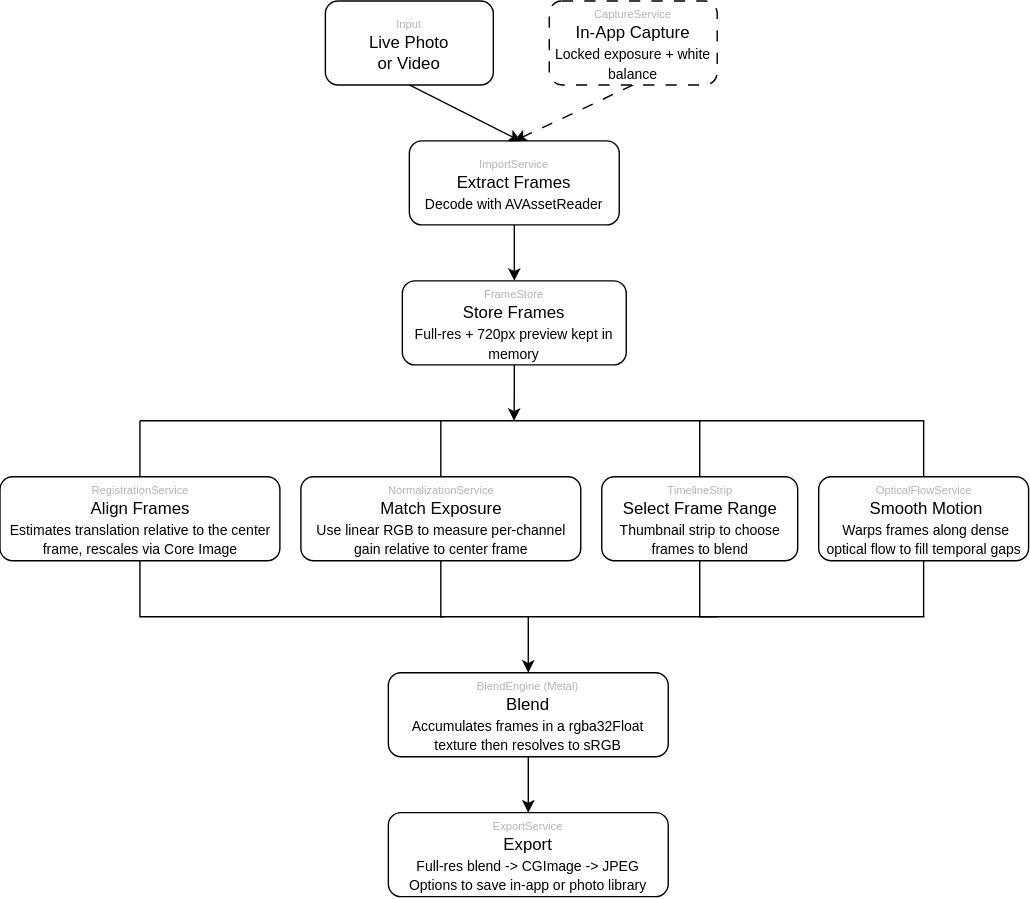
The draw.io diagram long-exposures/docs/pipeline.svg in jameshou28/long-exposures, before a commit. Source tidied: cells renumbered, new cells last; positions are measured from the earlier drawing's top-left corner, leaving out a move shared by most shapes.
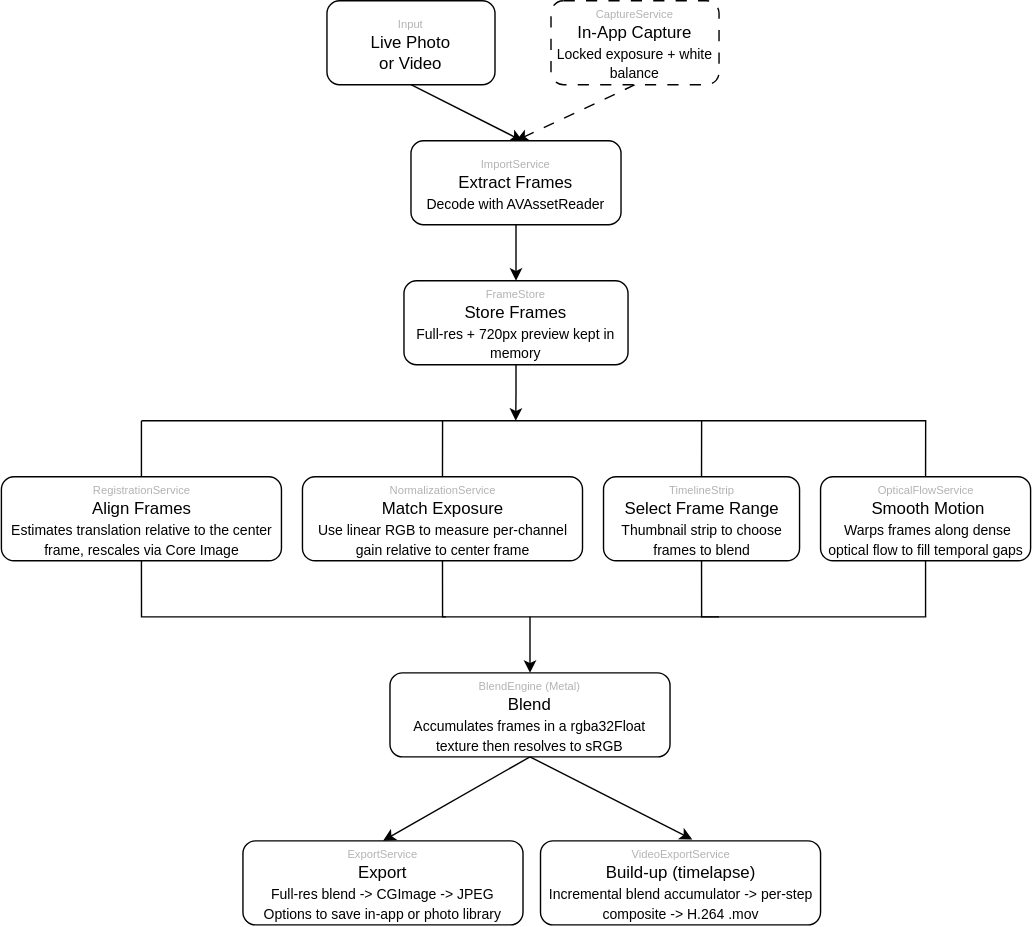
Above is the later version.

Commit message:
fix: update pipeline to add build up video

The edit, as a diff of the source:
```diff
@@ -92,7 +92,7 @@
       <mxGeometry x="277" y="480" width="200" height="60" as="geometry" />
     </mxCell>
     <mxCell id="21" value="&lt;font color=&quot;#b3b3b3&quot;&gt;&lt;span style=&quot;font-size: 8px;&quot;&gt;ExportService&lt;/span&gt;&lt;/font&gt;&lt;br&gt;&lt;div&gt;Export&lt;/div&gt;&lt;div&gt;&lt;span style=&quot;font-size: 10px;&quot;&gt;Full-res blend -&amp;gt; CGImage -&amp;gt; JPEG&lt;/span&gt;&lt;/div&gt;&lt;div&gt;&lt;span style=&quot;font-size: 10px;&quot;&gt;Options to save in-app or photo library&lt;/span&gt;&lt;/div&gt;" style="rounded=1;whiteSpace=wrap;html=1;" parent="1" vertex="1">
-      <mxGeometry x="277" y="580" width="200" height="60" as="geometry" />
+      <mxGeometry x="172" y="600" width="200" height="60" as="geometry" />
     </mxCell>
     <mxCell id="22" style="edgeStyle=none;rounded=0;jettySize=auto;html=1;exitX=0.5;exitY=1;exitDx=0;exitDy=0;entryX=0.532;entryY=0.004;entryDx=0;entryDy=0;entryPerimeter=0;" parent="1" edge="1" source="2" target="8">
       <mxGeometry relative="1" as="geometry" />
@@ -113,5 +113,11 @@
     <mxCell id="25" value="&lt;font color=&quot;#b3b3b3&quot;&gt;&lt;span style=&quot;font-size: 8px;&quot;&gt;OpticalFlowService&lt;/span&gt;&lt;/font&gt;&lt;br&gt;&lt;div&gt;&amp;nbsp;Smooth Motion&lt;/div&gt;&lt;div&gt;&lt;span style=&quot;font-size: 10px;&quot;&gt;&amp;nbsp;Warps frames along dense optical flow to fill temporal gaps&lt;/span&gt;&lt;/div&gt;" style="rounded=1;whiteSpace=wrap;html=1;" parent="1" vertex="1">
       <mxGeometry x="584.5" y="340" width="150" height="60" as="geometry" />
     </mxCell>
+    <mxCell id="26" value="&lt;font color=&quot;#b3b3b3&quot;&gt;&lt;span style=&quot;font-size: 8px;&quot;&gt;VideoExportService&lt;/span&gt;&lt;/font&gt;&lt;br&gt;&lt;div&gt;Build-up (timelapse)&lt;/div&gt;&lt;div&gt;&lt;span style=&quot;font-size: 10px;&quot;&gt;Incremental blend accumulator -&amp;gt; per-step composite -&amp;gt; H.264 .mov&lt;/span&gt;&lt;/div&gt;" style="rounded=1;whiteSpace=wrap;html=1;" parent="1" vertex="1">
+      <mxGeometry x="384.5" y="600" width="200" height="60" as="geometry" />
+    </mxCell>
+    <mxCell id="27" style="edgeStyle=none;rounded=0;jettySize=auto;html=1;exitX=0.5;exitY=1;exitDx=0;exitDy=0;entryX=0.542;entryY=-0.017;entryDx=0;entryDy=0;entryPerimeter=0;" parent="1" edge="1" source="20" target="26">
+      <mxGeometry relative="1" as="geometry" />
+    </mxCell>
   </root>
 </mxGraphModel>
```
